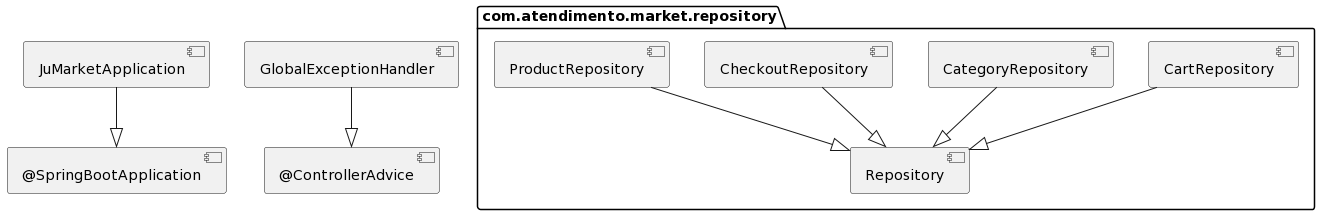
Before: img/DiagramaUmlMercearia2.png, a diagram exported from PlantUML (caiobello/tqi_Kotlin_backend_developer_2023). The source it was exported from:
```plantuml
@startuml
package com.atendimento.market.repository {
    [CartRepository] --|> [Repository]
    [CategoryRepository] --|> [Repository]
    [CheckoutRepository] --|> [Repository]
    [ProductRepository] --|> [Repository]
}

[JuMarketApplication] --|> [@SpringBootApplication]
[GlobalExceptionHandler] --|> [@ControllerAdvice]
@enduml
```
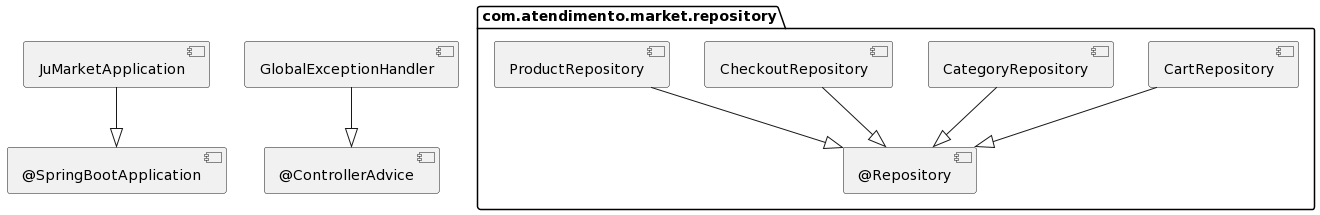
The same diagram one commit later.

Commit message:
Diagrama Uml

Change to the diagram source:
```diff
@@ -1,9 +1,9 @@
 @startuml
 package com.atendimento.market.repository {
-    [CartRepository] --|> [Repository]
-    [CategoryRepository] --|> [Repository]
-    [CheckoutRepository] --|> [Repository]
-    [ProductRepository] --|> [Repository]
+    [CartRepository] --|> [@Repository]
+    [CategoryRepository] --|> [@Repository]
+    [CheckoutRepository] --|> [@Repository]
+    [ProductRepository] --|> [@Repository]
 }
 
 [JuMarketApplication] --|> [@SpringBootApplication]
```
